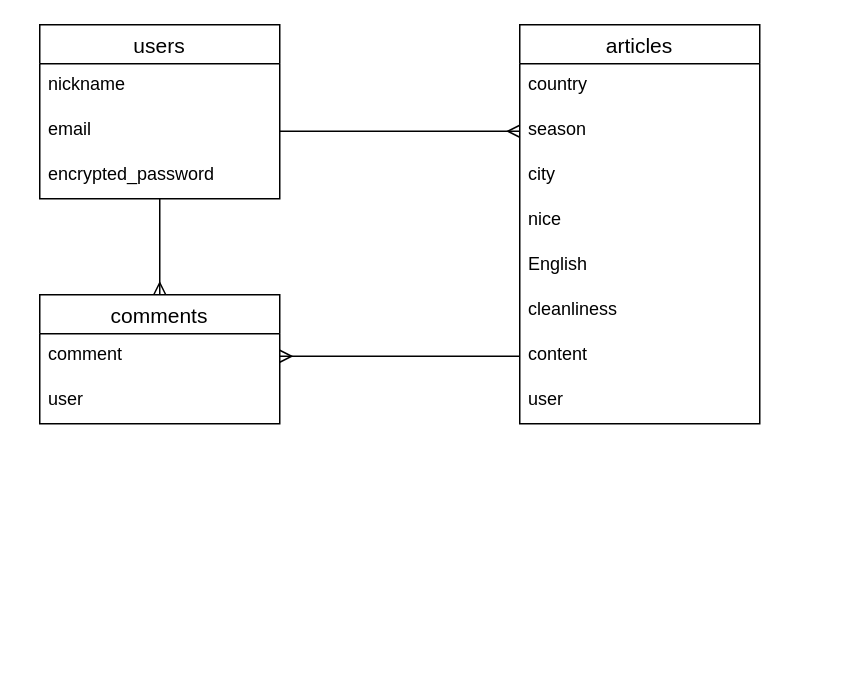
Before: backpacker21.dio in NaokiIgarashi0504/backpacker21, a draw.io diagram. Source tidied: cells renumbered, new cells numbered last; positions are measured from the earlier drawing's top-left corner, leaving out a move shared by most shapes. Both pictures are drawn from the tidied source at 150%, with x=0, y=0 at pixel (39, 24).
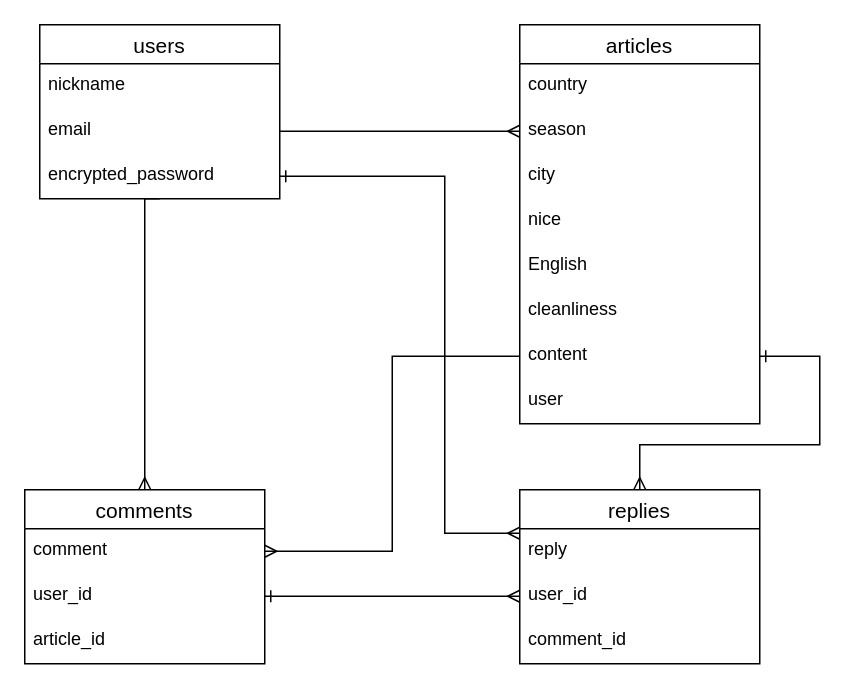
After the change.

Commit message (it also covers changes not shown here):
reply　カラム設定　バリデーション設定

Unchanged cells that the change refers to:
```xml
<mxCell id="5" value="encrypted_password" style="text;strokeColor=none;fillColor=none;spacingLeft=4;spacingRight=4;overflow=hidden;points=[[0,0.5],[1,0.5]];portConstraint=eastwest;fontSize=12;" parent="2" vertex="1">
  <mxGeometry y="86" width="160" height="30" as="geometry" />
</mxCell>
<mxCell id="13" value="content" style="text;strokeColor=none;fillColor=none;spacingLeft=4;spacingRight=4;overflow=hidden;points=[[0,0.5],[1,0.5]];portConstraint=eastwest;fontSize=12;" parent="6" vertex="1">
  <mxGeometry y="206" width="160" height="30" as="geometry" />
</mxCell>
```

What changed in the source:
```diff
@@
     <mxCell id="15" style="edgeStyle=orthogonalEdgeStyle;rounded=0;jettySize=auto;html=1;exitX=0.5;exitY=0;exitDx=0;exitDy=0;entryX=0.5;entryY=1;entryDx=0;entryDy=0;entryPerimeter=0;endArrow=none;endFill=0;startArrow=ERmany;startFill=0;" parent="1" edge="1" source="16" target="5">
-      <mxGeometry relative="1" as="geometry" />
+      <mxGeometry relative="1" as="geometry">
+        <Array as="points">
+          <mxPoint x="70" y="116" />
+        </Array>
+      </mxGeometry>
     </mxCell>
     <mxCell id="16" value="comments" style="swimlane;fontStyle=0;horizontal=1;startSize=26;align=center;fontSize=14;" parent="1" vertex="1">
-      <mxGeometry y="180" width="160" height="86" as="geometry" />
+      <mxGeometry x="-10" y="310" width="160" height="116" as="geometry" />
     </mxCell>
@@
-    <mxCell id="18" value="user" style="text;strokeColor=none;fillColor=none;spacingLeft=4;spacingRight=4;overflow=hidden;points=[[0,0.5],[1,0.5]];portConstraint=eastwest;fontSize=12;" parent="16" vertex="1">
+    <mxCell id="18" value="user_id" style="text;strokeColor=none;fillColor=none;spacingLeft=4;spacingRight=4;overflow=hidden;points=[[0,0.5],[1,0.5]];portConstraint=eastwest;fontSize=12;" parent="16" vertex="1">
       <mxGeometry y="56" width="160" height="30" as="geometry" />
     </mxCell>
+    <mxCell id="21" value="article_id" style="text;strokeColor=none;fillColor=none;spacingLeft=4;spacingRight=4;overflow=hidden;fontSize=12;" parent="16" vertex="1">
+      <mxGeometry y="86" width="160" height="30" as="geometry" />
+    </mxCell>
@@
+    <mxCell id="22" value="replies" style="swimlane;fontStyle=0;horizontal=1;startSize=26;align=center;fontSize=14;" parent="1" vertex="1">
+      <mxGeometry x="320" y="310" width="160" height="116" as="geometry" />
+    </mxCell>
+    <mxCell id="23" value="reply" style="text;strokeColor=none;fillColor=none;spacingLeft=4;spacingRight=4;overflow=hidden;fontSize=12;" parent="22" vertex="1">
+      <mxGeometry y="26" width="160" height="30" as="geometry" />
+    </mxCell>
+    <mxCell id="24" value="user_id" style="text;strokeColor=none;fillColor=none;spacingLeft=4;spacingRight=4;overflow=hidden;points=[[0,0.5],[1,0.5]];portConstraint=eastwest;fontSize=12;" parent="22" vertex="1">
+      <mxGeometry y="56" width="160" height="30" as="geometry" />
+    </mxCell>
+    <mxCell id="25" value="comment_id" style="text;strokeColor=none;fillColor=none;spacingLeft=4;spacingRight=4;overflow=hidden;fontSize=12;" parent="22" vertex="1">
+      <mxGeometry y="86" width="160" height="30" as="geometry" />
+    </mxCell>
+    <mxCell id="26" style="edgeStyle=orthogonalEdgeStyle;rounded=0;jettySize=auto;html=1;exitX=1;exitY=0.5;exitDx=0;exitDy=0;entryX=0;entryY=0.25;entryDx=0;entryDy=0;startArrow=ERone;startFill=0;endArrow=ERmany;endFill=0;" parent="1" edge="1" source="5" target="22">
+      <mxGeometry relative="1" as="geometry">
+        <Array as="points">
+          <mxPoint x="270" y="101" />
+          <mxPoint x="270" y="339" />
+        </Array>
+      </mxGeometry>
+    </mxCell>
+    <mxCell id="27" style="edgeStyle=orthogonalEdgeStyle;rounded=0;jettySize=auto;html=1;entryX=0.5;entryY=0;entryDx=0;entryDy=0;startArrow=ERone;startFill=0;endArrow=ERmany;endFill=0;exitX=1;exitY=0.5;exitDx=0;exitDy=0;" parent="1" edge="1" source="13" target="22">
+      <mxGeometry relative="1" as="geometry">
+        <Array as="points">
+          <mxPoint x="520" y="221" />
+          <mxPoint x="520" y="280" />
+          <mxPoint x="400" y="280" />
+        </Array>
+      </mxGeometry>
+    </mxCell>
+    <mxCell id="28" style="edgeStyle=orthogonalEdgeStyle;rounded=0;jettySize=auto;html=1;exitX=1;exitY=0.5;exitDx=0;exitDy=0;entryX=0;entryY=0.5;entryDx=0;entryDy=0;startArrow=ERone;startFill=0;endArrow=ERmany;endFill=0;" parent="1" edge="1" source="18" target="24">
+      <mxGeometry relative="1" as="geometry" />
+    </mxCell>
```
